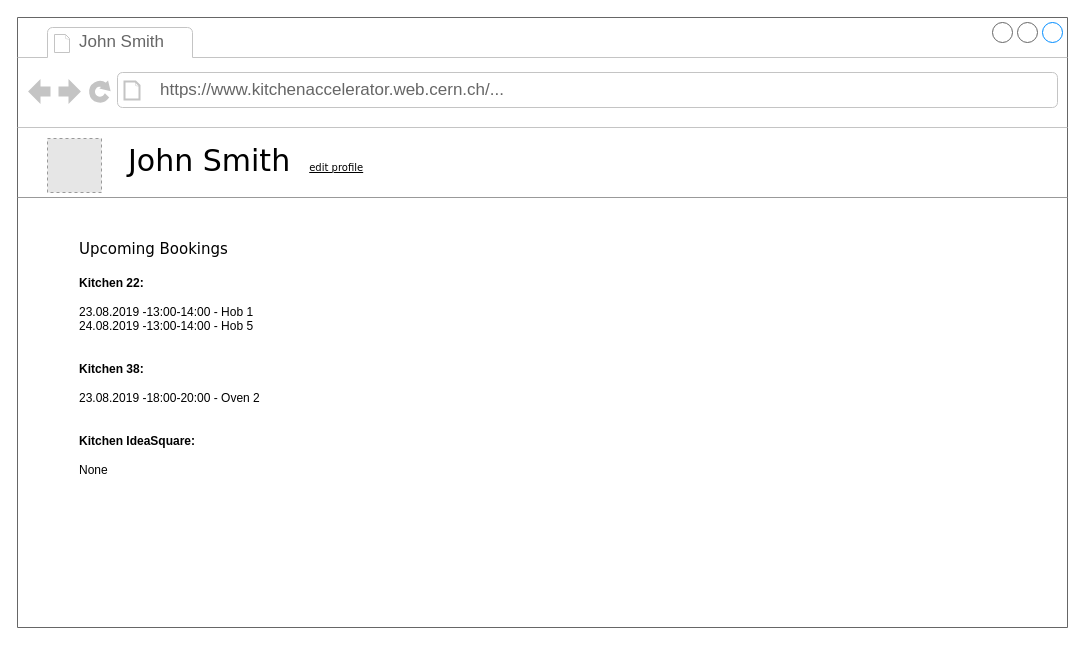
Before: page "User" (1 of 10) of media/wireframes/wireframes.drawio in DEUCE1957/kitchen-accelerator, a draw.io diagram. Source tidied: cells renumbered, new cells numbered last; positions are measured from the earlier drawing's top-left corner, leaving out a move shared by most shapes. Both pictures are drawn from the tidied source at 100%, with x=0, y=0 at pixel (17, 17). Pictures stored in the file or linked from it are replaced by grey dashed boxes.
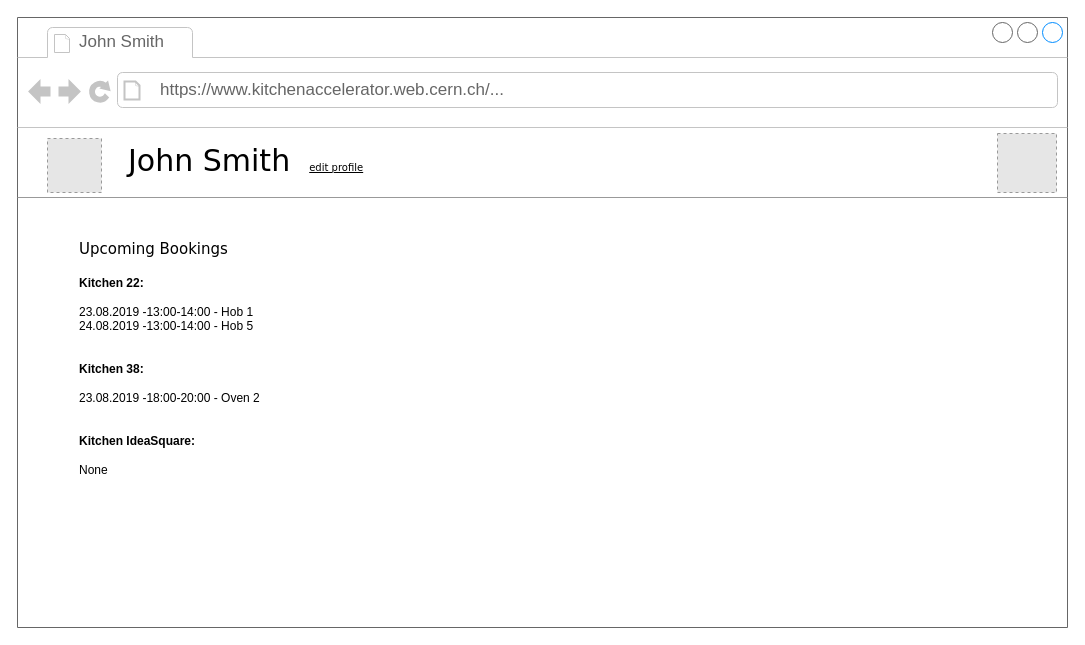
The same page after the edit.

What changed in the source:
```diff
@@
 <mxGraphModel background="#ffffff">
   <root>
     <mxCell id="0" />
     <mxCell id="1" parent="0" />
     <mxCell id="2" style="strokeWidth=1;shadow=0;dashed=0;align=center;html=1;shape=mxgraph.mockup.containers.browserWindow;rSize=0;fillColor=#ffffff;strokeColor=#666666;mainText=,;rounded=0;labelBackgroundColor=none;fontFamily=Verdana;fontSize=12;fontColor=#000000;" parent="1" vertex="1">
       <mxGeometry width="1050" height="610" as="geometry" />
     </mxCell>
     <mxCell id="3" value="John Smith" style="strokeWidth=1;shadow=0;dashed=0;align=center;html=1;shape=mxgraph.mockup.containers.anchor;fontSize=17;fontColor=#666666;align=left;" parent="2" vertex="1">
       <mxGeometry x="60" y="12" width="110" height="26" as="geometry" />
     </mxCell>
     <mxCell id="4" value="https://www.kitchenaccelerator.web.cern.ch/..." style="strokeWidth=1;shadow=0;dashed=0;align=center;html=1;shape=mxgraph.mockup.containers.anchor;rSize=0;fontSize=17;fontColor=#666666;align=left;" parent="2" vertex="1">
       <mxGeometry x="141" y="60" width="369" height="26" as="geometry" />
     </mxCell>
     <mxCell id="5" value="John Smith&amp;nbsp;&amp;nbsp;&lt;font size=&quot;1&quot;&gt;&lt;u&gt;edit profile&lt;/u&gt;&lt;/font&gt;" style="text;html=1;align=left;verticalAlign=top;spacingTop=-4;fontSize=30;fontFamily=Verdana;fontColor=#000000;" parent="2" vertex="1">
       <mxGeometry x="108.5" y="123" width="410" height="50" as="geometry" />
     </mxCell>
     <mxCell id="6" style="verticalLabelPosition=bottom;shadow=0;dashed=0;align=center;html=1;verticalAlign=top;strokeWidth=1;shape=mxgraph.mockup.markup.line;strokeColor=#999999;rounded=0;labelBackgroundColor=none;fillColor=#ffffff;fontFamily=Verdana;fontSize=12;fontColor=#000000;" parent="2" vertex="1">
       <mxGeometry y="170" width="1050" height="20" as="geometry" />
     </mxCell>
     <mxCell id="7" value="Upcoming Bookings" style="text;html=1;align=left;verticalAlign=top;spacingTop=-4;fontSize=15;fontFamily=Verdana;fontColor=#000000;" parent="2" vertex="1">
       <mxGeometry x="60" y="220" width="170" height="30" as="geometry" />
     </mxCell>
     <mxCell id="8" value="&lt;div&gt;&lt;b&gt;Kitchen 22:&lt;/b&gt;&lt;/div&gt;&lt;div&gt;&lt;br&gt;&lt;/div&gt;&lt;div&gt;23.08.2019 -13:00-14:00 - Hob 1&lt;/div&gt;&lt;div&gt;&lt;div&gt;24.08.2019 -13:00-14:00 - Hob 5&lt;/div&gt;&lt;div&gt;&lt;br&gt;&lt;/div&gt;&lt;div&gt;&lt;br&gt;&lt;/div&gt;&lt;div&gt;&lt;b&gt;Kitchen 38:&lt;/b&gt;&lt;/div&gt;&lt;div&gt;&lt;br&gt;&lt;/div&gt;&lt;div&gt;&lt;div&gt;23.08.2019 -18:00-20:00 - Oven 2&lt;br&gt;&lt;/div&gt;&lt;div&gt;&lt;br&gt;&lt;/div&gt;&lt;div&gt;&lt;br&gt;&lt;/div&gt;&lt;div&gt;&lt;div&gt;&lt;b&gt;Kitchen IdeaSquare:&lt;/b&gt;&lt;/div&gt;&lt;div&gt;&lt;br&gt;&lt;/div&gt;&lt;div&gt;None&lt;br&gt;&lt;/div&gt;&lt;div&gt;&lt;br&gt;&lt;/div&gt;&lt;/div&gt;&lt;/div&gt;&lt;/div&gt;" style="text;spacingTop=-5;fillColor=#ffffff;whiteSpace=wrap;html=1;align=left;fontSize=12;fontFamily=Helvetica;fillColor=none;strokeColor=none;rounded=0;shadow=1;labelBackgroundColor=none;" parent="2" vertex="1">
       <mxGeometry x="60" y="257" width="210" height="240" as="geometry" />
     </mxCell>
     <mxCell id="9" style="fillColor=#E6E6E6;strokeColor=#999999;dashed=1;html=1;verticalAlign=top;verticalLabelPosition=bottom;labelBackgroundColor=#ffffff;fontFamily=Helvetica;fontSize=14;" parent="2" vertex="1">
       <mxGeometry x="30" y="121" width="54" height="54" as="geometry" />
     </mxCell>
+    <mxCell id="10" style="fillColor=#E6E6E6;strokeColor=#999999;dashed=1;verticalLabelPosition=bottom;labelBackgroundColor=#ffffff;verticalAlign=top;" parent="2" vertex="1">
+      <mxGeometry x="980" y="116" width="59" height="59" as="geometry" />
+    </mxCell>
   </root>
 </mxGraphModel>
```
